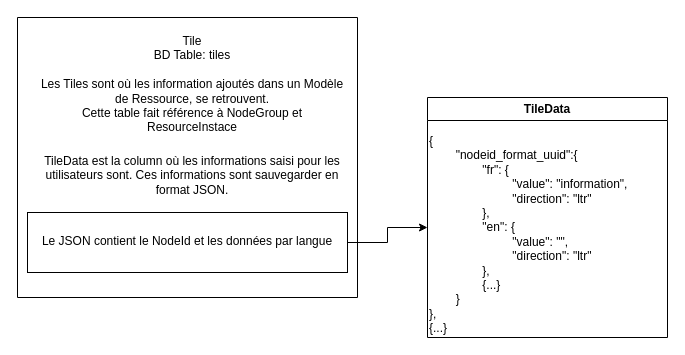
Before: page "Tile" (3 of 3) of Arches_Graphs_Nodes.drawio in thalleslimasys/Draws, a draw.io diagram. Source tidied: cells renumbered, new cells numbered last; positions are measured from the earlier drawing's top-left corner, leaving out a move shared by most shapes. Both pictures are drawn from the tidied source at 100%, with x=0, y=0 at pixel (17, 17).
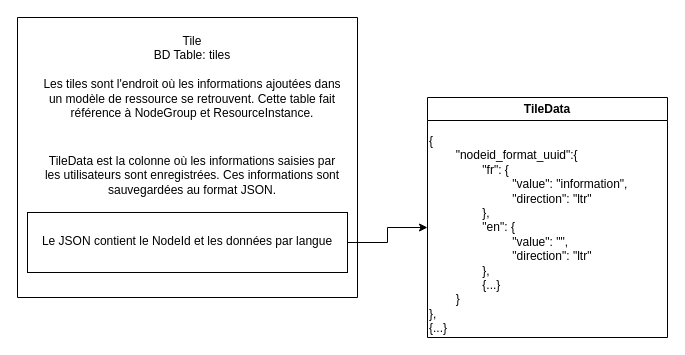
Above is the later version.

The edit, as a diff of the source:
```diff
@@
 <mxGraphModel>
   <root>
     <mxCell id="0" />
     <mxCell id="1" parent="0" />
     <mxCell id="2" style="swimlane;startSize=0;" parent="1" vertex="1">
       <mxGeometry width="340" height="280" as="geometry" />
     </mxCell>
     <mxCell id="3" style="rounded=0;whiteSpace=wrap;html=1;" parent="2" vertex="1">
       <mxGeometry x="10" y="195" width="320" height="60" as="geometry" />
     </mxCell>
-    <mxCell id="4" value="Tile&lt;div&gt;BD Table: tiles&lt;br&gt;&lt;div&gt;&lt;br&gt;&lt;/div&gt;&lt;div&gt;Les Tiles sont où les information ajoutés dans un Modèle de Ressource, se retrouvent.&lt;br&gt;Cette table fait référence à NodeGroup et ResourceInstace&lt;/div&gt;&lt;/div&gt;" style="text;html=1;align=center;verticalAlign=top;whiteSpace=wrap;rounded=0;" parent="2" vertex="1">
+    <mxCell id="4" value="Tile&lt;div&gt;BD Table: tiles&lt;br&gt;&lt;div&gt;&lt;br&gt;&lt;/div&gt;&lt;div&gt;Les tiles sont l'endroit où les informations ajoutées dans un modèle de ressource se retrouvent. Cette table fait référence à NodeGroup et ResourceInstance.&lt;br&gt;&lt;/div&gt;&lt;/div&gt;" style="text;html=1;align=center;verticalAlign=top;whiteSpace=wrap;rounded=0;" parent="2" vertex="1">
       <mxGeometry x="20" y="10" width="310" height="120" as="geometry" />
     </mxCell>
-    <mxCell id="5" value="TileData est la column où les informations saisi pour les utilisateurs sont. Ces informations sont sauvegarder en format JSON." style="text;html=1;align=center;verticalAlign=top;whiteSpace=wrap;rounded=0;" parent="2" vertex="1">
+    <mxCell id="5" value="TileData est la colonne où les informations saisies par les utilisateurs sont enregistrées. Ces informations sont sauvegardées au format JSON." style="text;html=1;align=center;verticalAlign=top;whiteSpace=wrap;rounded=0;" parent="2" vertex="1">
       <mxGeometry x="25" y="130" width="300" height="60" as="geometry" />
     </mxCell>
     <mxCell id="6" value="Le JSON contient le NodeId et les données par langue" style="text;html=1;align=center;verticalAlign=top;whiteSpace=wrap;rounded=0;" parent="2" vertex="1">
       <mxGeometry x="20" y="210" width="300" height="30" as="geometry" />
     </mxCell>
     <mxCell id="7" value="TileData" style="swimlane;whiteSpace=wrap;html=1;" parent="1" vertex="1">
       <mxGeometry x="410" y="80" width="240" height="240" as="geometry" />
     </mxCell>
     <mxCell id="8" value="{&lt;div&gt;&lt;span style=&quot;white-space: pre;&quot;&gt;&#9;&lt;/span&gt;&quot;nodeid_format_uuid&quot;:{&lt;/div&gt;&lt;div&gt;&lt;span style=&quot;white-space: pre;&quot;&gt;&#9;&lt;span style=&quot;white-space: pre;&quot;&gt;&#9;&lt;/span&gt;&lt;/span&gt;&lt;span style=&quot;background-color: initial;&quot;&gt;&quot;fr&quot;: {&lt;/span&gt;&lt;/div&gt;&lt;div&gt;&lt;span style=&quot;background-color: initial;&quot;&gt;&lt;span style=&quot;white-space: pre;&quot;&gt;&#9;&lt;/span&gt;&lt;span style=&quot;white-space: pre;&quot;&gt;&#9;&lt;/span&gt;&lt;span style=&quot;white-space: pre;&quot;&gt;&#9;&lt;/span&gt;&amp;nbsp;&quot;value&quot;: &quot;information&quot;,&lt;br&gt;&lt;span style=&quot;white-space: pre;&quot;&gt;&#9;&lt;/span&gt;&#9;&lt;span style=&quot;white-space: pre;&quot;&gt;&#9;&lt;/span&gt;&#9;&lt;span style=&quot;white-space: pre;&quot;&gt;&#9;&lt;/span&gt;&#9;&quot;direction&quot;: &quot;ltr&quot;&lt;/span&gt;&lt;/div&gt;&lt;div&gt;&lt;span style=&quot;background-color: initial;&quot;&gt;&amp;nbsp;&lt;span style=&quot;white-space: pre;&quot;&gt;&#9;&lt;/span&gt;&lt;span style=&quot;white-space: pre;&quot;&gt;&#9;&lt;/span&gt;},&lt;/span&gt;&lt;/div&gt;&lt;div&gt;&lt;span style=&quot;background-color: initial;&quot;&gt;&lt;span style=&quot;white-space: pre;&quot;&gt;&#9;&lt;/span&gt;&lt;span style=&quot;white-space: pre;&quot;&gt;&#9;&lt;/span&gt;&quot;en&quot;: {&lt;/span&gt;&lt;/div&gt;&lt;div&gt;&lt;span style=&quot;background-color: initial;&quot;&gt;&lt;span style=&quot;white-space: pre;&quot;&gt;&#9;&lt;/span&gt;&lt;span style=&quot;white-space: pre;&quot;&gt;&#9;&lt;/span&gt;&lt;span style=&quot;white-space: pre;&quot;&gt;&#9;&lt;/span&gt;&amp;nbsp;&quot;value&quot;: &quot;&quot;,&lt;br&gt;&lt;span style=&quot;white-space: pre;&quot;&gt;&#9;&lt;/span&gt;&amp;nbsp;&lt;span style=&quot;white-space: pre;&quot;&gt;&#9;&lt;/span&gt;&amp;nbsp;&lt;span style=&quot;white-space: pre;&quot;&gt;&#9;&lt;/span&gt;&amp;nbsp;&quot;direction&quot;: &quot;ltr&quot;&lt;/span&gt;&lt;/div&gt;&lt;div&gt;&lt;span style=&quot;background-color: initial;&quot;&gt;&amp;nbsp;&lt;span style=&quot;white-space: pre;&quot;&gt;&#9;&lt;/span&gt;&lt;span style=&quot;white-space: pre;&quot;&gt;&#9;&lt;/span&gt;},&lt;/span&gt;&lt;/div&gt;&lt;div&gt;&lt;span style=&quot;background-color: initial;&quot;&gt;&lt;span style=&quot;white-space: pre;&quot;&gt;&#9;&lt;/span&gt;&lt;span style=&quot;white-space: pre;&quot;&gt;&#9;&lt;/span&gt;{...}&lt;/span&gt;&lt;/div&gt;&lt;div&gt;&lt;span style=&quot;white-space: pre;&quot;&gt;&#9;&lt;/span&gt;}&lt;br&gt;},&lt;/div&gt;&lt;div&gt;{...}&lt;/div&gt;" style="text;html=1;align=left;verticalAlign=top;whiteSpace=wrap;rounded=0;" parent="7" vertex="1">
       <mxGeometry y="30" width="240" height="200" as="geometry" />
     </mxCell>
     <mxCell id="9" style="edgeStyle=orthogonalEdgeStyle;rounded=0;jettySize=auto;html=1;entryX=0;entryY=0.5;entryDx=0;entryDy=0;" parent="1" edge="1" source="3" target="8">
       <mxGeometry relative="1" as="geometry" />
     </mxCell>
   </root>
 </mxGraphModel>
```
